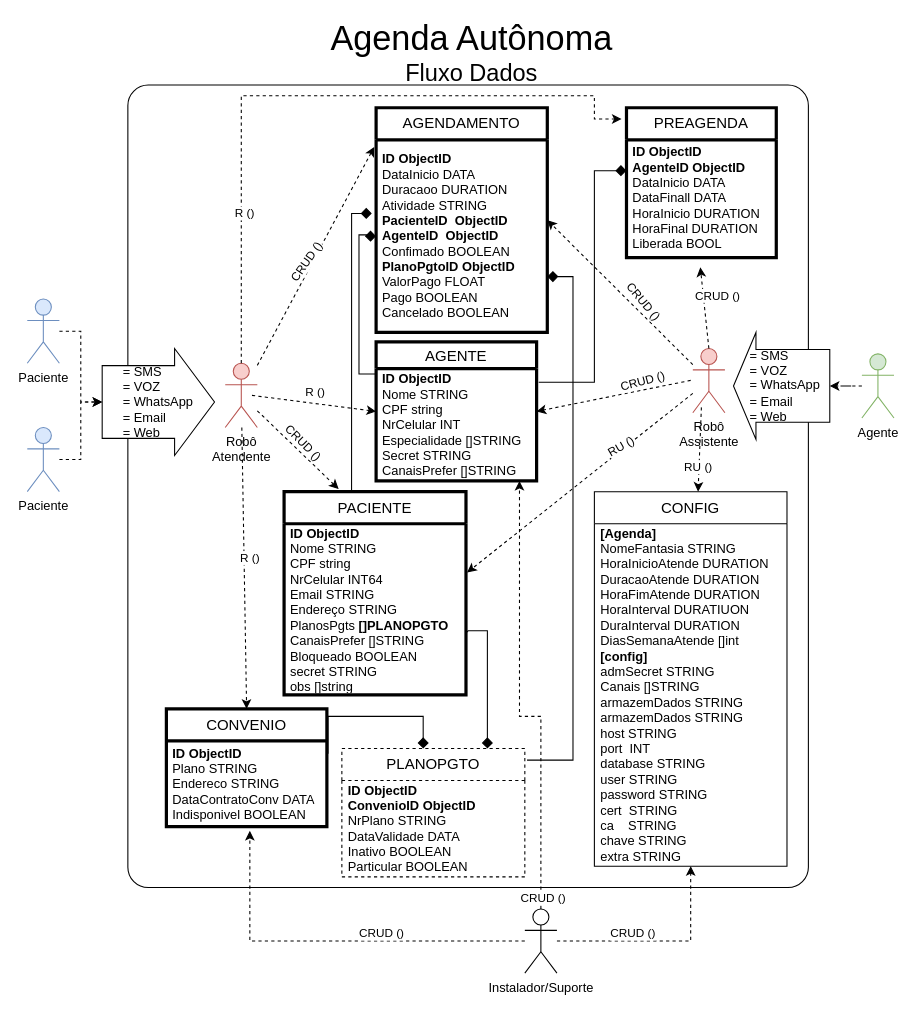
gunboe/Agenda keeps this draw.io diagram as page "Página-1" (1 of 2) of Agenda.drawio. Above is the earlier version. Source tidied: cells renumbered, new cells numbered last; positions are measured from the earlier drawing's top-left corner, leaving out a move shared by most shapes. Both pictures are drawn from the tidied source at 107%, with x=0, y=0 at pixel (27, 20).
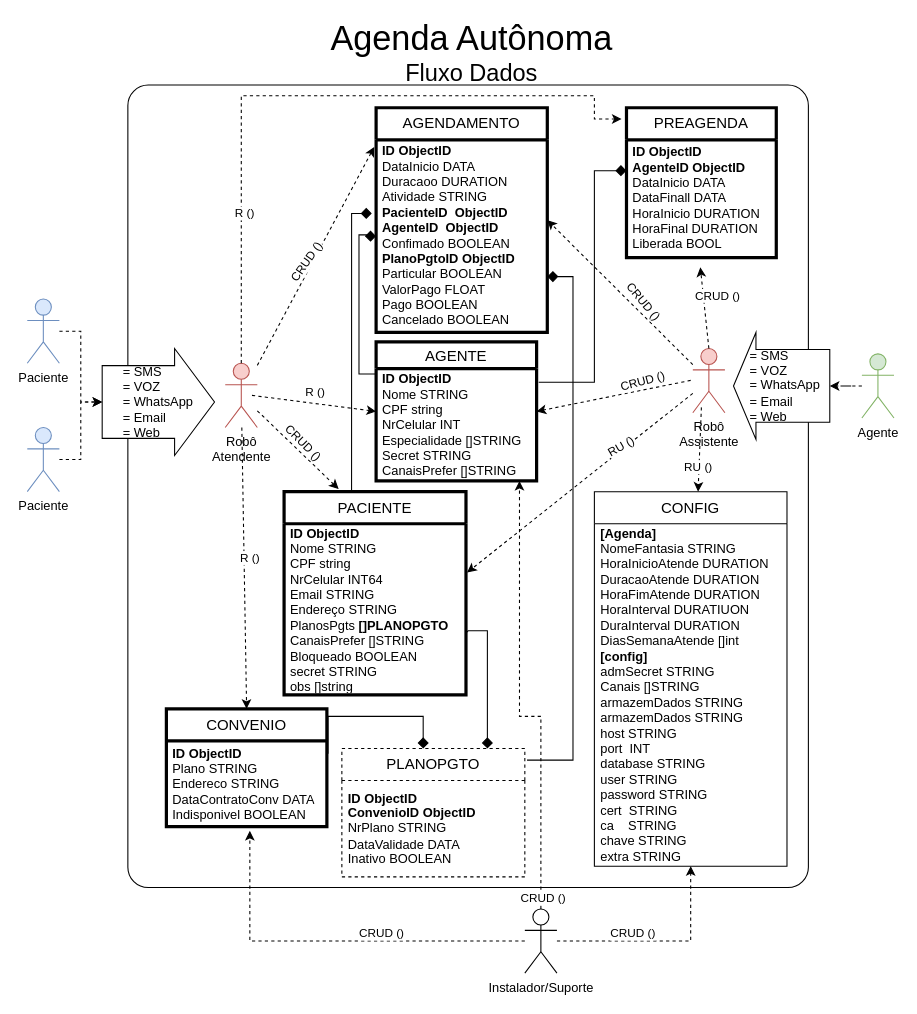
The same page after the edit.

The change refers to these unchanged cells:
```xml
<mxCell id="34" value="&lt;font style=&quot;font-size: 14px;&quot;&gt;PLANOPGTO&lt;/font&gt;" style="swimlane;fontStyle=0;horizontal=1;startSize=30;whiteSpace=wrap;html=1;dashed=1;" parent="1" vertex="1">
  <mxGeometry x="294" y="680" width="171" height="120" as="geometry" />
</mxCell>
<mxCell id="59" value="&lt;font style=&quot;font-size: 14px;&quot;&gt;AGENDAMENTO&lt;/font&gt;" style="swimlane;fontStyle=0;horizontal=1;startSize=30;whiteSpace=wrap;html=1;strokeWidth=3;" parent="1" vertex="1">
  <mxGeometry x="326" y="81.2" width="160" height="210" as="geometry" />
</mxCell>
```

What changed in the source:
```diff
@@
-    <mxCell id="35" value="&lt;b style=&quot;border-color: var(--border-color);&quot;&gt;ID ObjectID&lt;br style=&quot;border-color: var(--border-color);&quot;&gt;&lt;/b&gt;&lt;b&gt;ConvenioID&amp;nbsp;&lt;/b&gt;&lt;b style=&quot;border-color: var(--border-color);&quot;&gt;ObjectID&lt;/b&gt;&lt;b&gt;&lt;br&gt;&lt;/b&gt;NrPlano STRING&lt;br&gt;DataValidade DATA&lt;br&gt;Inativo BOOLEAN&lt;br&gt;Particular BOOLEAN" style="text;strokeColor=none;fillColor=none;align=left;verticalAlign=middle;spacingLeft=4;spacingRight=4;overflow=hidden;whiteSpace=wrap;html=1;" parent="34" vertex="1">
+    <mxCell id="35" value="&lt;b style=&quot;border-color: var(--border-color);&quot;&gt;ID ObjectID&lt;br style=&quot;border-color: var(--border-color);&quot;&gt;&lt;/b&gt;&lt;b&gt;ConvenioID&amp;nbsp;&lt;/b&gt;&lt;b style=&quot;border-color: var(--border-color);&quot;&gt;ObjectID&lt;/b&gt;&lt;b&gt;&lt;br&gt;&lt;/b&gt;NrPlano STRING&lt;br&gt;DataValidade DATA&lt;br&gt;Inativo BOOLEAN" style="text;strokeColor=none;fillColor=none;align=left;verticalAlign=middle;spacingLeft=4;spacingRight=4;overflow=hidden;whiteSpace=wrap;html=1;" parent="34" vertex="1">
       <mxGeometry y="30" width="171" height="90" as="geometry" />
     </mxCell>
@@
-    <mxCell id="60" value="&lt;b&gt;ID ObjectID&lt;/b&gt;&lt;br&gt;DataInicio DATA&lt;br style=&quot;border-color: var(--border-color); text-align: center;&quot;&gt;&lt;span style=&quot;text-align: center;&quot;&gt;Duracaoo DURATION&lt;/span&gt;&lt;br style=&quot;border-color: var(--border-color); text-align: center;&quot;&gt;&lt;span style=&quot;text-align: center;&quot;&gt;Atividade STRING&lt;/span&gt;&lt;br style=&quot;border-color: var(--border-color); text-align: center;&quot;&gt;&lt;b&gt;PacienteID&amp;nbsp;&amp;nbsp;&lt;/b&gt;&lt;b style=&quot;border-color: var(--border-color);&quot;&gt;ObjectID&lt;/b&gt;&lt;br style=&quot;border-color: var(--border-color);&quot;&gt;&lt;span style=&quot;text-align: center;&quot;&gt;&lt;b&gt;AgenteID&amp;nbsp;&amp;nbsp;&lt;/b&gt;&lt;/span&gt;&lt;b style=&quot;border-color: var(--border-color);&quot;&gt;ObjectID&lt;/b&gt;&lt;br style=&quot;border-color: var(--border-color); text-align: center;&quot;&gt;&lt;span style=&quot;text-align: center;&quot;&gt;Confimado BOOLEAN&lt;/span&gt;&lt;br&gt;&lt;b&gt;PlanoPgtoID&amp;nbsp;&lt;/b&gt;&lt;b style=&quot;border-color: var(--border-color);&quot;&gt;ObjectID&lt;/b&gt;&lt;span style=&quot;text-align: center;&quot;&gt;&lt;b&gt;&lt;br&gt;&lt;/b&gt;ValorPago FLOAT&lt;br&gt;Pago BOOLEAN&lt;br&gt;Cancelado BOOLEAN&lt;br&gt;&lt;/span&gt;" style="text;strokeColor=none;fillColor=none;align=left;verticalAlign=middle;spacingLeft=4;spacingRight=4;overflow=hidden;points=[[0,0.5],[1,0.5]];portConstraint=eastwest;whiteSpace=wrap;html=1;" parent="59" vertex="1">
+    <mxCell id="60" value="&lt;b&gt;ID ObjectID&lt;/b&gt;&lt;br&gt;DataInicio DATA&lt;br style=&quot;border-color: var(--border-color); text-align: center;&quot;&gt;&lt;span style=&quot;text-align: center;&quot;&gt;Duracaoo DURATION&lt;/span&gt;&lt;br style=&quot;border-color: var(--border-color); text-align: center;&quot;&gt;&lt;span style=&quot;text-align: center;&quot;&gt;Atividade STRING&lt;/span&gt;&lt;br style=&quot;border-color: var(--border-color); text-align: center;&quot;&gt;&lt;b&gt;PacienteID&amp;nbsp;&amp;nbsp;&lt;/b&gt;&lt;b style=&quot;border-color: var(--border-color);&quot;&gt;ObjectID&lt;/b&gt;&lt;br style=&quot;border-color: var(--border-color);&quot;&gt;&lt;span style=&quot;text-align: center;&quot;&gt;&lt;b&gt;AgenteID&amp;nbsp;&amp;nbsp;&lt;/b&gt;&lt;/span&gt;&lt;b style=&quot;border-color: var(--border-color);&quot;&gt;ObjectID&lt;/b&gt;&lt;br style=&quot;border-color: var(--border-color); text-align: center;&quot;&gt;&lt;span style=&quot;text-align: center;&quot;&gt;Confimado BOOLEAN&lt;/span&gt;&lt;br&gt;&lt;b&gt;PlanoPgtoID&amp;nbsp;&lt;/b&gt;&lt;b style=&quot;border-color: var(--border-color);&quot;&gt;ObjectID&lt;br&gt;&lt;/b&gt;Particular BOOLEAN&lt;b&gt;&lt;br&gt;&lt;/b&gt;ValorPago FLOAT&lt;br&gt;Pago BOOLEAN&lt;br&gt;Cancelado BOOLEAN&lt;span style=&quot;text-align: center;&quot;&gt;&lt;br&gt;&lt;/span&gt;" style="text;strokeColor=none;fillColor=none;align=left;verticalAlign=middle;spacingLeft=4;spacingRight=4;overflow=hidden;points=[[0,0.5],[1,0.5]];portConstraint=eastwest;whiteSpace=wrap;html=1;" parent="59" vertex="1">
       <mxGeometry y="30" width="160" height="180" as="geometry" />
     </mxCell>
```
